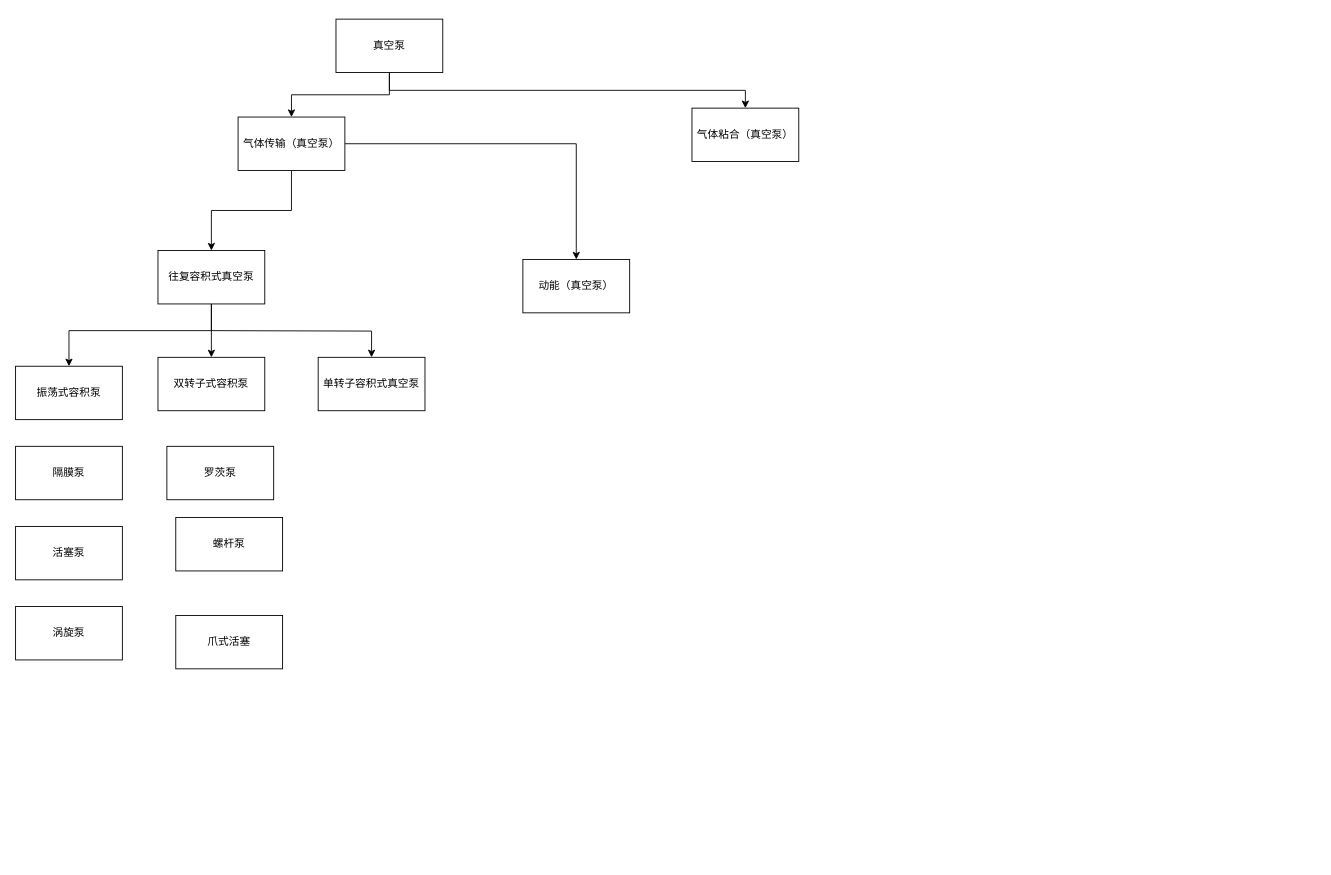
Above: vacuum.drawio in zhangbiggs/UML_Learn (draw.io), before the change. Source tidied: cells renumbered, new cells numbered last; positions are measured from the earlier drawing's top-left corner, leaving out a move shared by most shapes. Both pictures are drawn from the tidied source at 89%, with x=0, y=0 at pixel (15, 19).
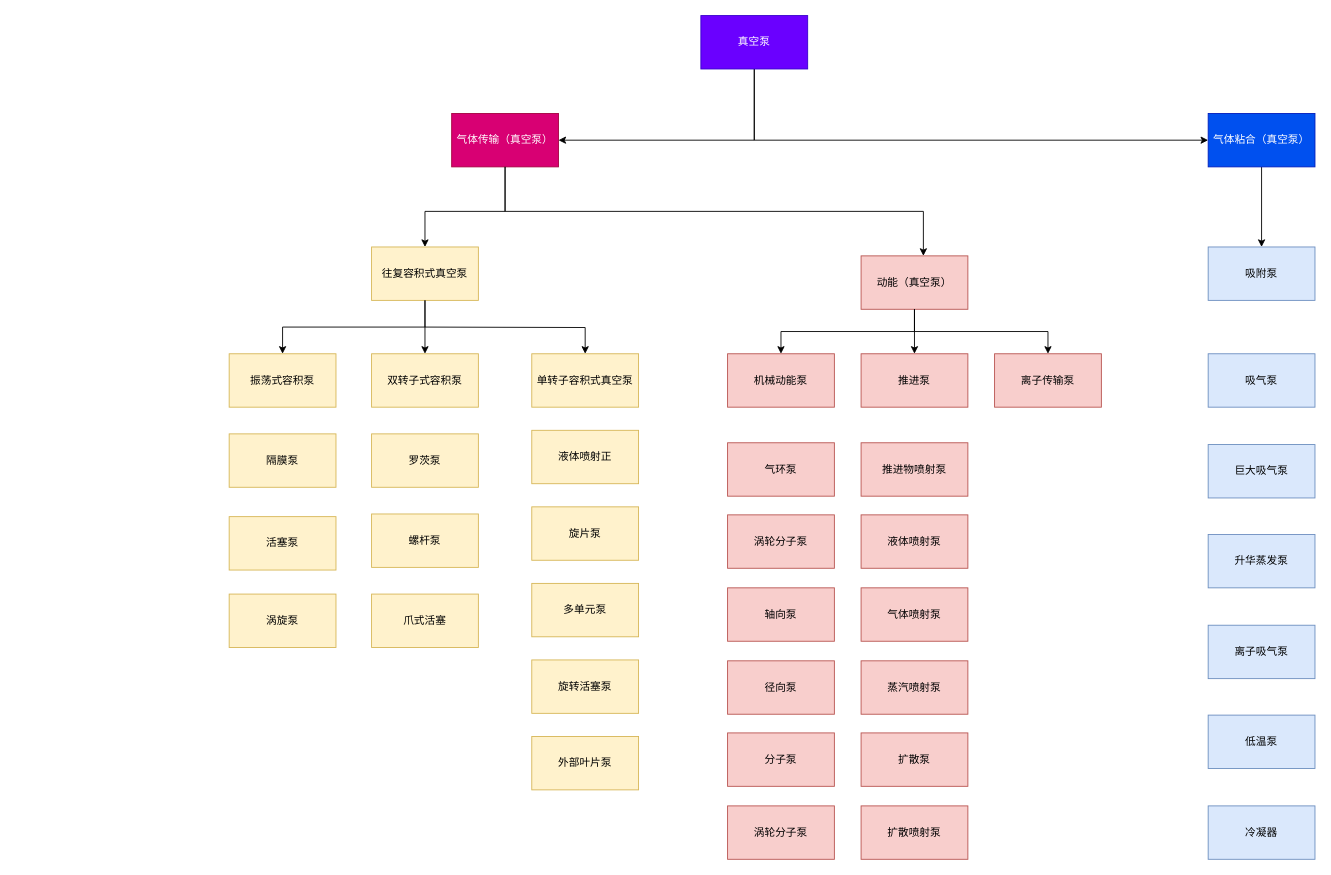
The same diagram, later.

What changed in the source:
```diff
@@
-    <mxCell id="2" style="edgeStyle=orthogonalEdgeStyle;rounded=0;jettySize=auto;html=1;" parent="1" edge="1" source="4" target="7">
+    <mxCell id="2" style="edgeStyle=orthogonalEdgeStyle;rounded=0;jettySize=auto;html=1;exitX=0.5;exitY=1;exitDx=0;exitDy=0;entryX=1;entryY=0.5;entryDx=0;entryDy=0;" parent="1" edge="1" source="4" target="7">
       <mxGeometry relative="1" as="geometry" />
     </mxCell>
-    <mxCell id="3" style="edgeStyle=orthogonalEdgeStyle;rounded=0;jettySize=auto;html=1;" parent="1" edge="1" source="4" target="8">
-      <mxGeometry relative="1" as="geometry">
-        <Array as="points">
-          <mxPoint x="420" y="80" />
-          <mxPoint x="820" y="80" />
-        </Array>
-      </mxGeometry>
+    <mxCell id="3" style="edgeStyle=orthogonalEdgeStyle;rounded=0;jettySize=auto;html=1;exitX=0.5;exitY=1;exitDx=0;exitDy=0;entryX=0;entryY=0.5;entryDx=0;entryDy=0;" parent="1" edge="1" source="4" target="8">
+      <mxGeometry relative="1" as="geometry" />
     </mxCell>
-    <mxCell id="4" value="真空泵" style="rounded=0;whiteSpace=wrap;html=1;" parent="1" vertex="1">
-      <mxGeometry x="360" width="120" height="60" as="geometry" />
+    <mxCell id="4" value="真空泵" style="rounded=0;whiteSpace=wrap;html=1;fillColor=#6a00ff;fontColor=#ffffff;strokeColor=#3700CC;" parent="1" vertex="1">
+      <mxGeometry x="770" y="-4" width="120" height="60" as="geometry" />
     </mxCell>
-    <mxCell id="5" style="edgeStyle=orthogonalEdgeStyle;rounded=0;jettySize=auto;html=1;" parent="1" edge="1" source="7" target="12">
-      <mxGeometry relative="1" as="geometry" />
-    </mxCell>
-    <mxCell id="6" style="edgeStyle=orthogonalEdgeStyle;rounded=0;jettySize=auto;html=1;" parent="1" edge="1" source="7" target="13">
-      <mxGeometry relative="1" as="geometry" />
-    </mxCell>
-    <mxCell id="7" value="气体传输（真空泵）" style="rounded=0;whiteSpace=wrap;html=1;" parent="1" vertex="1">
-      <mxGeometry x="250" y="110" width="120" height="60" as="geometry" />
+    <mxCell id="7" value="气体传输（真空泵）" style="rounded=0;whiteSpace=wrap;html=1;fillColor=#d80073;strokeColor=#A50040;fontColor=#ffffff;" parent="1" vertex="1">
+      <mxGeometry x="490" y="106" width="120" height="60" as="geometry" />
     </mxCell>
+    <mxCell id="23" style="edgeStyle=orthogonalEdgeStyle;rounded=0;jettySize=auto;html=1;exitX=0.5;exitY=1;exitDx=0;exitDy=0;" parent="1" edge="1" source="8" target="47">
+      <mxGeometry relative="1" as="geometry" />
+    </mxCell>
-    <mxCell id="8" value="气体粘合（真空泵）" style="rounded=0;whiteSpace=wrap;html=1;" parent="1" vertex="1">
-      <mxGeometry x="760" y="100" width="120" height="60" as="geometry" />
+    <mxCell id="8" value="气体粘合（真空泵）" style="rounded=0;whiteSpace=wrap;html=1;fillColor=#0050ef;strokeColor=#001DBC;fontColor=#ffffff;" parent="1" vertex="1">
+      <mxGeometry x="1340" y="106" width="120" height="60" as="geometry" />
     </mxCell>
-    <mxCell id="9" style="edgeStyle=orthogonalEdgeStyle;rounded=0;jettySize=auto;html=1;" parent="1" edge="1" source="12" target="14">
-      <mxGeometry relative="1" as="geometry">
-        <Array as="points">
-          <mxPoint x="220" y="350" />
-          <mxPoint x="60" y="350" />
-        </Array>
-      </mxGeometry>
-    </mxCell>
-    <mxCell id="10" style="edgeStyle=orthogonalEdgeStyle;rounded=0;jettySize=auto;html=1;" parent="1" edge="1" source="12" target="15">
-      <mxGeometry relative="1" as="geometry" />
-    </mxCell>
     <mxCell id="11" style="edgeStyle=orthogonalEdgeStyle;rounded=0;jettySize=auto;html=1;" parent="1" edge="1" target="16">
       <mxGeometry relative="1" as="geometry">
-        <mxPoint x="220" y="350" as="sourcePoint" />
+        <mxPoint x="460" y="346" as="sourcePoint" />
       </mxGeometry>
     </mxCell>
-    <mxCell id="12" value="往复容积式真空泵" style="rounded=0;whiteSpace=wrap;html=1;" parent="1" vertex="1">
-      <mxGeometry x="160" y="260" width="120" height="60" as="geometry" />
+    <mxCell id="12" value="往复容积式真空泵" style="rounded=0;whiteSpace=wrap;html=1;fillColor=#fff2cc;strokeColor=#d6b656;" parent="1" vertex="1">
+      <mxGeometry x="400" y="256" width="120" height="60" as="geometry" />
     </mxCell>
+    <mxCell id="5" style="edgeStyle=orthogonalEdgeStyle;rounded=0;jettySize=auto;html=1;" parent="1" edge="1" source="7" target="12">
+      <mxGeometry relative="1" as="geometry">
+        <Array as="points">
+          <mxPoint x="550" y="216" />
+          <mxPoint x="460" y="216" />
+        </Array>
+      </mxGeometry>
+    </mxCell>
-    <mxCell id="13" value="动能（真空泵）" style="rounded=0;whiteSpace=wrap;html=1;" parent="1" vertex="1">
-      <mxGeometry x="570" y="270" width="120" height="60" as="geometry" />
+    <mxCell id="13" value="动能（真空泵）" style="rounded=0;whiteSpace=wrap;html=1;fillColor=#f8cecc;strokeColor=#b85450;" parent="1" vertex="1">
+      <mxGeometry x="950" y="266" width="120" height="60" as="geometry" />
     </mxCell>
+    <mxCell id="6" style="edgeStyle=orthogonalEdgeStyle;rounded=0;jettySize=auto;html=1;" parent="1" edge="1" source="7" target="13">
+      <mxGeometry relative="1" as="geometry">
+        <Array as="points">
+          <mxPoint x="550" y="216" />
+          <mxPoint x="1020" y="216" />
+        </Array>
+      </mxGeometry>
+    </mxCell>
-    <mxCell id="14" value="振荡式容积泵" style="rounded=0;whiteSpace=wrap;html=1;" parent="1" vertex="1">
-      <mxGeometry y="390" width="120" height="60" as="geometry" />
+    <mxCell id="14" value="振荡式容积泵" style="rounded=0;whiteSpace=wrap;html=1;fillColor=#fff2cc;strokeColor=#d6b656;" parent="1" vertex="1">
+      <mxGeometry x="240" y="376" width="120" height="60" as="geometry" />
     </mxCell>
+    <mxCell id="9" style="edgeStyle=orthogonalEdgeStyle;rounded=0;jettySize=auto;html=1;" parent="1" edge="1" source="12" target="14">
+      <mxGeometry relative="1" as="geometry">
+        <Array as="points">
+          <mxPoint x="460" y="346" />
+          <mxPoint x="300" y="346" />
+        </Array>
+      </mxGeometry>
+    </mxCell>
-    <mxCell id="15" value="双转子式容积泵" style="rounded=0;whiteSpace=wrap;html=1;" parent="1" vertex="1">
-      <mxGeometry x="160" y="380" width="120" height="60" as="geometry" />
+    <mxCell id="15" value="双转子式容积泵" style="rounded=0;whiteSpace=wrap;html=1;fillColor=#fff2cc;strokeColor=#d6b656;" parent="1" vertex="1">
+      <mxGeometry x="400" y="376" width="120" height="60" as="geometry" />
     </mxCell>
+    <mxCell id="10" style="edgeStyle=orthogonalEdgeStyle;rounded=0;jettySize=auto;html=1;" parent="1" edge="1" source="12" target="15">
+      <mxGeometry relative="1" as="geometry" />
+    </mxCell>
-    <mxCell id="16" value="单转子容积式真空泵" style="rounded=0;whiteSpace=wrap;html=1;" parent="1" vertex="1">
-      <mxGeometry x="340" y="380" width="120" height="60" as="geometry" />
+    <mxCell id="16" value="单转子容积式真空泵" style="rounded=0;whiteSpace=wrap;html=1;fillColor=#fff2cc;strokeColor=#d6b656;" parent="1" vertex="1">
+      <mxGeometry x="580" y="376" width="120" height="60" as="geometry" />
     </mxCell>
-    <mxCell id="17" value="隔膜泵" style="rounded=0;whiteSpace=wrap;html=1;" parent="1" vertex="1">
-      <mxGeometry y="480" width="120" height="60" as="geometry" />
+    <mxCell id="17" value="隔膜泵" style="rounded=0;whiteSpace=wrap;html=1;fillColor=#fff2cc;strokeColor=#d6b656;" parent="1" vertex="1">
+      <mxGeometry x="240" y="466" width="120" height="60" as="geometry" />
     </mxCell>
-    <mxCell id="18" value="活塞泵" style="rounded=0;whiteSpace=wrap;html=1;" parent="1" vertex="1">
-      <mxGeometry y="570" width="120" height="60" as="geometry" />
+    <mxCell id="18" value="活塞泵" style="rounded=0;whiteSpace=wrap;html=1;fillColor=#fff2cc;strokeColor=#d6b656;" parent="1" vertex="1">
+      <mxGeometry x="240" y="559" width="120" height="60" as="geometry" />
     </mxCell>
-    <mxCell id="19" value="涡旋泵" style="rounded=0;whiteSpace=wrap;html=1;" parent="1" vertex="1">
-      <mxGeometry y="660" width="120" height="60" as="geometry" />
+    <mxCell id="19" value="涡旋泵" style="rounded=0;whiteSpace=wrap;html=1;fillColor=#fff2cc;strokeColor=#d6b656;" parent="1" vertex="1">
+      <mxGeometry x="240" y="646" width="120" height="60" as="geometry" />
     </mxCell>
-    <mxCell id="20" value="罗茨泵" style="rounded=0;whiteSpace=wrap;html=1;" parent="1" vertex="1">
-      <mxGeometry x="170" y="480" width="120" height="60" as="geometry" />
+    <mxCell id="20" value="罗茨泵" style="rounded=0;whiteSpace=wrap;html=1;fillColor=#fff2cc;strokeColor=#d6b656;" parent="1" vertex="1">
+      <mxGeometry x="400" y="466" width="120" height="60" as="geometry" />
     </mxCell>
-    <mxCell id="21" value="螺杆泵" style="rounded=0;whiteSpace=wrap;html=1;" parent="1" vertex="1">
-      <mxGeometry x="180" y="560" width="120" height="60" as="geometry" />
+    <mxCell id="21" value="螺杆泵" style="rounded=0;whiteSpace=wrap;html=1;fillColor=#fff2cc;strokeColor=#d6b656;" parent="1" vertex="1">
+      <mxGeometry x="400" y="556" width="120" height="60" as="geometry" />
     </mxCell>
-    <mxCell id="22" value="爪式活塞" style="rounded=0;whiteSpace=wrap;html=1;" parent="1" vertex="1">
-      <mxGeometry x="180" y="670" width="120" height="60" as="geometry" />
+    <mxCell id="22" value="爪式活塞" style="rounded=0;whiteSpace=wrap;html=1;fillColor=#fff2cc;strokeColor=#d6b656;" parent="1" vertex="1">
+      <mxGeometry x="400" y="646" width="120" height="60" as="geometry" />
     </mxCell>
+    <mxCell id="24" value="液体喷射正" style="rounded=0;whiteSpace=wrap;html=1;fillColor=#fff2cc;strokeColor=#d6b656;" parent="1" vertex="1">
+      <mxGeometry x="580" y="462" width="120" height="60" as="geometry" />
+    </mxCell>
+    <mxCell id="25" value="旋片泵" style="rounded=0;whiteSpace=wrap;html=1;fillColor=#fff2cc;strokeColor=#d6b656;" parent="1" vertex="1">
+      <mxGeometry x="580" y="548" width="120" height="60" as="geometry" />
+    </mxCell>
+    <mxCell id="26" value="多单元泵" style="rounded=0;whiteSpace=wrap;html=1;fillColor=#fff2cc;strokeColor=#d6b656;" parent="1" vertex="1">
+      <mxGeometry x="580" y="634" width="120" height="60" as="geometry" />
+    </mxCell>
+    <mxCell id="27" value="旋转活塞泵&lt;br&gt;" style="rounded=0;whiteSpace=wrap;html=1;fillColor=#fff2cc;strokeColor=#d6b656;" parent="1" vertex="1">
+      <mxGeometry x="580" y="720" width="120" height="60" as="geometry" />
+    </mxCell>
+    <mxCell id="28" value="外部叶片泵" style="rounded=0;whiteSpace=wrap;html=1;fillColor=#fff2cc;strokeColor=#d6b656;" parent="1" vertex="1">
+      <mxGeometry x="580" y="806" width="120" height="60" as="geometry" />
+    </mxCell>
+    <mxCell id="29" value="机械动能泵" style="rounded=0;whiteSpace=wrap;html=1;fillColor=#f8cecc;strokeColor=#b85450;" parent="1" vertex="1">
+      <mxGeometry x="800" y="376" width="120" height="60" as="geometry" />
+    </mxCell>
+    <mxCell id="30" style="edgeStyle=orthogonalEdgeStyle;rounded=0;jettySize=auto;html=1;exitX=0.5;exitY=1;exitDx=0;exitDy=0;entryX=0.5;entryY=0;entryDx=0;entryDy=0;" parent="1" edge="1" source="13" target="29">
+      <mxGeometry relative="1" as="geometry" />
+    </mxCell>
+    <mxCell id="31" value="气环泵" style="rounded=0;whiteSpace=wrap;html=1;fillColor=#f8cecc;strokeColor=#b85450;" parent="1" vertex="1">
+      <mxGeometry x="800" y="476" width="120" height="60" as="geometry" />
+    </mxCell>
+    <mxCell id="32" value="涡轮分子泵" style="rounded=0;whiteSpace=wrap;html=1;fillColor=#f8cecc;strokeColor=#b85450;" parent="1" vertex="1">
+      <mxGeometry x="800" y="557" width="120" height="60" as="geometry" />
+    </mxCell>
+    <mxCell id="33" value="轴向泵" style="rounded=0;whiteSpace=wrap;html=1;fillColor=#f8cecc;strokeColor=#b85450;" parent="1" vertex="1">
+      <mxGeometry x="800" y="639" width="120" height="60" as="geometry" />
+    </mxCell>
+    <mxCell id="34" value="径向泵&lt;br&gt;" style="rounded=0;whiteSpace=wrap;html=1;fillColor=#f8cecc;strokeColor=#b85450;" parent="1" vertex="1">
+      <mxGeometry x="800" y="721" width="120" height="60" as="geometry" />
+    </mxCell>
+    <mxCell id="35" value="分子泵" style="rounded=0;whiteSpace=wrap;html=1;fillColor=#f8cecc;strokeColor=#b85450;" parent="1" vertex="1">
+      <mxGeometry x="800" y="802" width="120" height="60" as="geometry" />
+    </mxCell>
+    <mxCell id="36" value="涡轮分子泵" style="rounded=0;whiteSpace=wrap;html=1;fillColor=#f8cecc;strokeColor=#b85450;" parent="1" vertex="1">
+      <mxGeometry x="800" y="884" width="120" height="60" as="geometry" />
+    </mxCell>
+    <mxCell id="37" value="推进泵" style="rounded=0;whiteSpace=wrap;html=1;fillColor=#f8cecc;strokeColor=#b85450;" parent="1" vertex="1">
+      <mxGeometry x="950" y="376" width="120" height="60" as="geometry" />
+    </mxCell>
+    <mxCell id="38" style="edgeStyle=orthogonalEdgeStyle;rounded=0;jettySize=auto;html=1;exitX=0.5;exitY=1;exitDx=0;exitDy=0;" parent="1" edge="1" source="13" target="37">
+      <mxGeometry relative="1" as="geometry" />
+    </mxCell>
+    <mxCell id="39" value="推进物喷射泵" style="rounded=0;whiteSpace=wrap;html=1;fillColor=#f8cecc;strokeColor=#b85450;" parent="1" vertex="1">
+      <mxGeometry x="950" y="476" width="120" height="60" as="geometry" />
+    </mxCell>
+    <mxCell id="40" value="液体喷射泵" style="rounded=0;whiteSpace=wrap;html=1;fillColor=#f8cecc;strokeColor=#b85450;" parent="1" vertex="1">
+      <mxGeometry x="950" y="557" width="120" height="60" as="geometry" />
+    </mxCell>
+    <mxCell id="41" value="气体喷射泵" style="rounded=0;whiteSpace=wrap;html=1;fillColor=#f8cecc;strokeColor=#b85450;" parent="1" vertex="1">
+      <mxGeometry x="950" y="639" width="120" height="60" as="geometry" />
+    </mxCell>
+    <mxCell id="42" value="蒸汽喷射泵" style="rounded=0;whiteSpace=wrap;html=1;fillColor=#f8cecc;strokeColor=#b85450;" parent="1" vertex="1">
+      <mxGeometry x="950" y="721" width="120" height="60" as="geometry" />
+    </mxCell>
+    <mxCell id="43" value="扩散泵" style="rounded=0;whiteSpace=wrap;html=1;fillColor=#f8cecc;strokeColor=#b85450;" parent="1" vertex="1">
+      <mxGeometry x="950" y="802" width="120" height="60" as="geometry" />
+    </mxCell>
+    <mxCell id="44" value="扩散喷射泵" style="rounded=0;whiteSpace=wrap;html=1;fillColor=#f8cecc;strokeColor=#b85450;" parent="1" vertex="1">
+      <mxGeometry x="950" y="884" width="120" height="60" as="geometry" />
+    </mxCell>
+    <mxCell id="45" value="离子传输泵" style="rounded=0;whiteSpace=wrap;html=1;fillColor=#f8cecc;strokeColor=#b85450;" parent="1" vertex="1">
+      <mxGeometry x="1100" y="376" width="120" height="60" as="geometry" />
+    </mxCell>
+    <mxCell id="46" style="edgeStyle=orthogonalEdgeStyle;rounded=0;jettySize=auto;html=1;exitX=0.5;exitY=1;exitDx=0;exitDy=0;entryX=0.5;entryY=0;entryDx=0;entryDy=0;" parent="1" edge="1" source="13" target="45">
+      <mxGeometry relative="1" as="geometry" />
+    </mxCell>
+    <mxCell id="47" value="吸附泵" style="rounded=0;whiteSpace=wrap;html=1;fillColor=#dae8fc;strokeColor=#6c8ebf;" parent="1" vertex="1">
+      <mxGeometry x="1340" y="256" width="120" height="60" as="geometry" />
+    </mxCell>
+    <mxCell id="48" value="吸气泵" style="rounded=0;whiteSpace=wrap;html=1;fillColor=#dae8fc;strokeColor=#6c8ebf;" parent="1" vertex="1">
+      <mxGeometry x="1340" y="376" width="120" height="60" as="geometry" />
+    </mxCell>
+    <mxCell id="49" value="巨大吸气泵" style="rounded=0;whiteSpace=wrap;html=1;fillColor=#dae8fc;strokeColor=#6c8ebf;" parent="1" vertex="1">
+      <mxGeometry x="1340" y="478" width="120" height="60" as="geometry" />
+    </mxCell>
+    <mxCell id="50" value="升华蒸发泵" style="rounded=0;whiteSpace=wrap;html=1;fillColor=#dae8fc;strokeColor=#6c8ebf;" parent="1" vertex="1">
+      <mxGeometry x="1340" y="579" width="120" height="60" as="geometry" />
+    </mxCell>
+    <mxCell id="51" value="离子吸气泵" style="rounded=0;whiteSpace=wrap;html=1;fillColor=#dae8fc;strokeColor=#6c8ebf;" parent="1" vertex="1">
+      <mxGeometry x="1340" y="681" width="120" height="60" as="geometry" />
+    </mxCell>
+    <mxCell id="52" value="低温泵" style="rounded=0;whiteSpace=wrap;html=1;fillColor=#dae8fc;strokeColor=#6c8ebf;" parent="1" vertex="1">
+      <mxGeometry x="1340" y="782" width="120" height="60" as="geometry" />
+    </mxCell>
+    <mxCell id="53" value="冷凝器" style="rounded=0;whiteSpace=wrap;html=1;fillColor=#dae8fc;strokeColor=#6c8ebf;" parent="1" vertex="1">
+      <mxGeometry x="1340" y="884" width="120" height="60" as="geometry" />
+    </mxCell>
```
